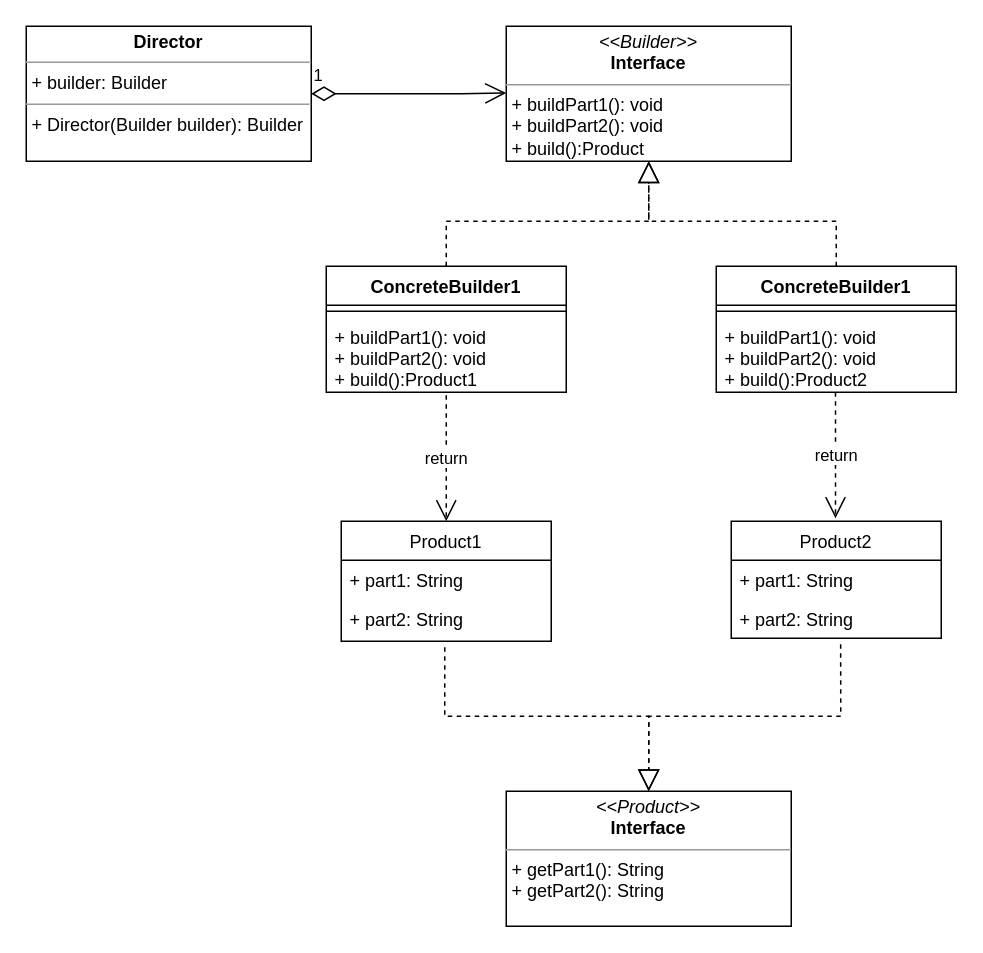
nocoders/hello-design-pattern keeps this draw.io diagram as src/main/resources/UML/04-建造者模式.drawio. Above is the earlier version. Source tidied: cells renumbered, new cells numbered last; positions are measured from the earlier drawing's top-left corner, leaving out a move shared by most shapes. Both pictures are drawn from the tidied source at 150%, with x=0, y=0 at pixel (26, 26).
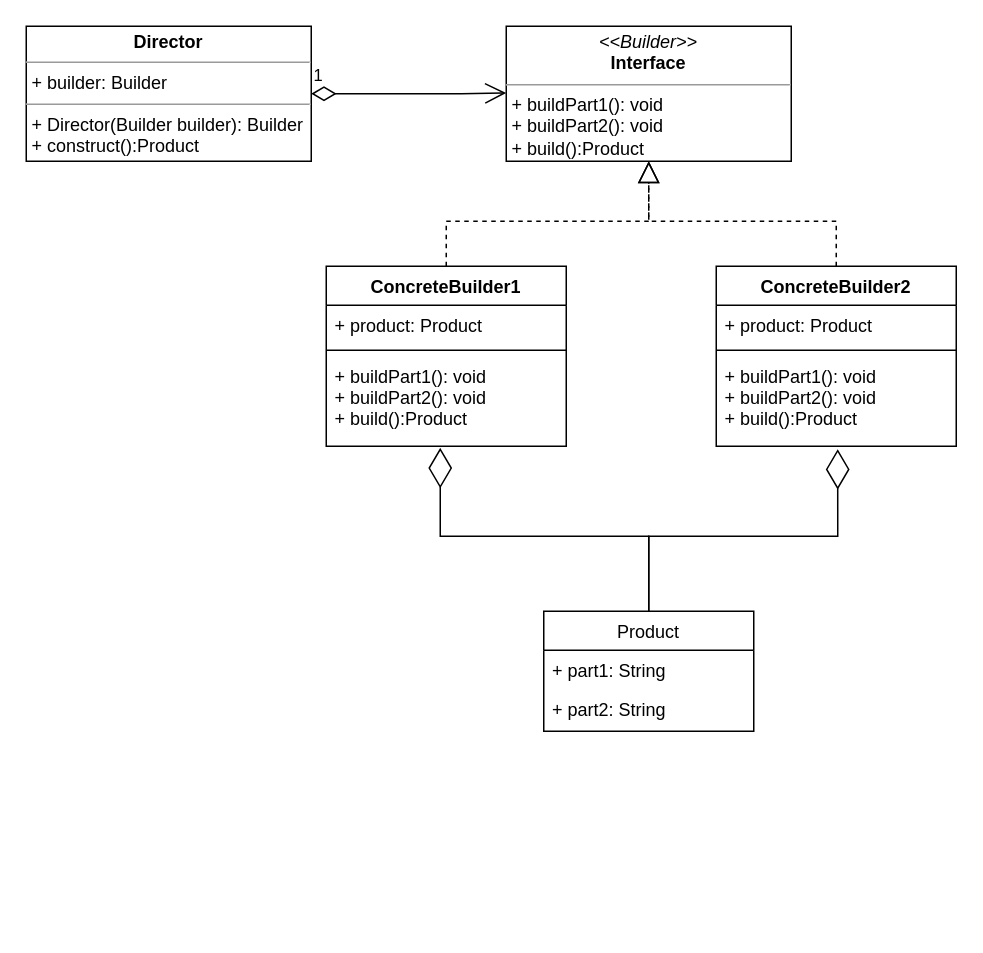
After the change.

The change refers to these unchanged cells:
```xml
<mxCell id="2" value="&lt;p style=&quot;margin: 0px ; margin-top: 4px ; text-align: center&quot;&gt;&lt;i&gt;&amp;lt;&amp;lt;Builder&amp;gt;&amp;gt;&lt;/i&gt;&lt;br&gt;&lt;b&gt;Interface&lt;/b&gt;&lt;/p&gt;&lt;hr size=&quot;1&quot;&gt;&lt;p style=&quot;margin: 0px ; margin-left: 4px&quot;&gt;+ buildPart1(): void&lt;br&gt;+ buildPart2(): void&lt;/p&gt;&lt;p style=&quot;margin: 0px ; margin-left: 4px&quot;&gt;+ build():Product&lt;/p&gt;" style="verticalAlign=top;align=left;overflow=fill;fontSize=12;fontFamily=Helvetica;html=1;" parent="1" vertex="1">
  <mxGeometry x="320" width="190" height="90" as="geometry" />
</mxCell>
<mxCell id="14" value="+ part2: String" style="text;strokeColor=none;fillColor=none;align=left;verticalAlign=top;spacingLeft=4;spacingRight=4;overflow=hidden;points=[[0,0.5],[1,0.5]];portConstraint=eastwest;" parent="12" vertex="1">
  <mxGeometry y="52" width="140" height="28" as="geometry" />
</mxCell>
```

Change to the diagram source:
```diff
@@
-    <mxCell id="3" value="ConcreteBuilder1" style="swimlane;fontStyle=1;align=center;verticalAlign=top;horizontal=1;startSize=26;" parent="1" vertex="1">
-      <mxGeometry x="200" y="160" width="160" height="84" as="geometry" />
-    </mxCell>
-    <mxCell id="4" style="line;strokeWidth=1;fillColor=none;align=left;verticalAlign=middle;spacingTop=-1;spacingLeft=3;spacingRight=3;labelPosition=right;" parent="3" vertex="1">
-      <mxGeometry y="26" width="160" height="8" as="geometry" />
-    </mxCell>
-    <mxCell id="5" value="+ buildPart1(): void&#10;+ buildPart2(): void&#10;+ build():Product1" style="text;strokeColor=none;fillColor=none;align=left;verticalAlign=top;spacingLeft=4;spacingRight=4;overflow=hidden;points=[[0,0.5],[1,0.5]];portConstraint=eastwest;" parent="3" vertex="1">
-      <mxGeometry y="34" width="160" height="50" as="geometry" />
-    </mxCell>
-    <mxCell id="6" style="endArrow=block;dashed=1;endFill=0;endSize=12;html=1;rounded=0;entryX=0.5;entryY=1;entryDx=0;entryDy=0;exitX=0.5;exitY=0;exitDx=0;exitDy=0;" parent="1" edge="1" source="3" target="2">
+    <mxCell id="6" style="endArrow=block;dashed=1;endFill=0;endSize=12;html=1;rounded=0;entryX=0.5;entryY=1;entryDx=0;entryDy=0;exitX=0.5;exitY=0;exitDx=0;exitDy=0;" parent="1" edge="1" source="24" target="2">
       <mxGeometry relative="1" as="geometry">
         <Array as="points">
           <mxPoint x="280" y="130" />
           <mxPoint x="415" y="130" />
         </Array>
       </mxGeometry>
     </mxCell>
-    <mxCell id="7" value="ConcreteBuilder1" style="swimlane;fontStyle=1;align=center;verticalAlign=top;horizontal=1;startSize=26;" parent="1" vertex="1">
-      <mxGeometry x="460" y="160" width="160" height="84" as="geometry" />
-    </mxCell>
-    <mxCell id="8" style="line;strokeWidth=1;fillColor=none;align=left;verticalAlign=middle;spacingTop=-1;spacingLeft=3;spacingRight=3;labelPosition=right;" parent="7" vertex="1">
-      <mxGeometry y="26" width="160" height="8" as="geometry" />
-    </mxCell>
-    <mxCell id="9" value="+ buildPart1(): void&#10;+ buildPart2(): void&#10;+ build():Product2" style="text;strokeColor=none;fillColor=none;align=left;verticalAlign=top;spacingLeft=4;spacingRight=4;overflow=hidden;" parent="7" vertex="1">
-      <mxGeometry y="34" width="160" height="50" as="geometry" />
-    </mxCell>
-    <mxCell id="10" style="endArrow=block;dashed=1;endFill=0;endSize=12;html=1;rounded=0;entryX=0.5;entryY=1;entryDx=0;entryDy=0;exitX=0.5;exitY=0;exitDx=0;exitDy=0;" parent="1" edge="1" source="7" target="2">
+    <mxCell id="10" style="endArrow=block;dashed=1;endFill=0;endSize=12;html=1;rounded=0;entryX=0.5;entryY=1;entryDx=0;entryDy=0;exitX=0.5;exitY=0;exitDx=0;exitDy=0;" parent="1" edge="1" target="2">
       <mxGeometry relative="1" as="geometry">
+        <mxPoint x="540" y="160" as="sourcePoint" />
         <Array as="points">
           <mxPoint x="540" y="130" />
           <mxPoint x="415" y="130" />
         </Array>
       </mxGeometry>
     </mxCell>
-    <mxCell id="11" value="&lt;p style=&quot;margin: 0px ; margin-top: 4px ; text-align: center&quot;&gt;&lt;i&gt;&amp;lt;&amp;lt;Product&amp;gt;&amp;gt;&lt;/i&gt;&lt;br&gt;&lt;b&gt;Interface&lt;/b&gt;&lt;/p&gt;&lt;hr size=&quot;1&quot;&gt;&lt;p style=&quot;margin: 0px ; margin-left: 4px&quot;&gt;+ getPart1(): String&lt;br&gt;+ getPart2(): String&lt;/p&gt;" style="verticalAlign=top;align=left;overflow=fill;fontSize=12;fontFamily=Helvetica;html=1;" parent="1" vertex="1">
-      <mxGeometry x="320" y="510" width="190" height="90" as="geometry" />
-    </mxCell>
-    <mxCell id="12" value="Product1" style="swimlane;fontStyle=0;horizontal=1;startSize=26;fillColor=none;" parent="1" vertex="1">
-      <mxGeometry x="210" y="330" width="140" height="80" as="geometry" />
+    <mxCell id="12" value="Product" style="swimlane;fontStyle=0;horizontal=1;startSize=26;fillColor=none;" parent="1" vertex="1">
+      <mxGeometry x="345" y="390" width="140" height="80" as="geometry" />
     </mxCell>
@@
-    <mxCell id="15" value="Product2" style="swimlane;fontStyle=0;horizontal=1;startSize=26;fillColor=none;" parent="1" vertex="1">
-      <mxGeometry x="470" y="330" width="140" height="78" as="geometry" />
-    </mxCell>
-    <mxCell id="16" value="+ part1: String" style="text;strokeColor=none;fillColor=none;align=left;verticalAlign=top;spacingLeft=4;spacingRight=4;overflow=hidden;" parent="15" vertex="1">
-      <mxGeometry y="26" width="140" height="26" as="geometry" />
-    </mxCell>
-    <mxCell id="17" value="+ part2: String" style="text;strokeColor=none;fillColor=none;align=left;verticalAlign=top;spacingLeft=4;spacingRight=4;overflow=hidden;points=[[0,0.5],[1,0.5]];portConstraint=eastwest;" parent="15" vertex="1">
-      <mxGeometry y="52" width="140" height="26" as="geometry" />
-    </mxCell>
-    <mxCell id="18" style="endArrow=block;dashed=1;endFill=0;endSize=12;html=1;rounded=0;entryX=0.5;entryY=0;entryDx=0;entryDy=0;exitX=0.493;exitY=1.143;exitDx=0;exitDy=0;exitPerimeter=0;" parent="1" edge="1" source="14" target="11">
-      <mxGeometry relative="1" as="geometry">
-        <Array as="points">
-          <mxPoint x="279" y="460" />
-          <mxPoint x="415" y="460" />
-        </Array>
-      </mxGeometry>
-    </mxCell>
-    <mxCell id="19" style="endArrow=block;dashed=1;endFill=0;endSize=12;html=1;rounded=0;entryX=0.5;entryY=0;entryDx=0;entryDy=0;exitX=0.521;exitY=1.154;exitDx=0;exitDy=0;exitPerimeter=0;" parent="1" edge="1" source="17" target="11">
-      <mxGeometry relative="1" as="geometry">
-        <Array as="points">
-          <mxPoint x="543" y="460" />
-          <mxPoint x="415" y="460" />
-        </Array>
-      </mxGeometry>
-    </mxCell>
-    <mxCell id="20" value="return" style="endArrow=open;endSize=12;dashed=1;html=1;rounded=0;entryX=0.5;entryY=0;entryDx=0;entryDy=0;exitX=0.5;exitY=1.04;exitDx=0;exitDy=0;exitPerimeter=0;" parent="1" edge="1" source="5" target="12">
-      <mxGeometry relative="1" as="geometry" />
-    </mxCell>
-    <mxCell id="21" value="return" style="endArrow=open;endSize=12;dashed=1;html=1;rounded=0;entryX=0.5;entryY=0;entryDx=0;entryDy=0;exitX=0.5;exitY=1.04;exitDx=0;exitDy=0;exitPerimeter=0;" parent="1" edge="1">
-      <mxGeometry relative="1" as="geometry">
-        <mxPoint x="539.5" y="244" as="sourcePoint" />
-        <mxPoint x="539.5" y="328" as="targetPoint" />
-      </mxGeometry>
-    </mxCell>
-    <mxCell id="22" value="&lt;p style=&quot;margin: 0px ; margin-top: 4px ; text-align: center&quot;&gt;&lt;b&gt;Director&lt;/b&gt;&lt;/p&gt;&lt;hr size=&quot;1&quot;&gt;&lt;p style=&quot;margin: 0px ; margin-left: 4px&quot;&gt;+ builder: Builder&lt;/p&gt;&lt;hr size=&quot;1&quot;&gt;&lt;p style=&quot;margin: 0px ; margin-left: 4px&quot;&gt;+ Director(Builder builder): Builder&lt;/p&gt;" style="verticalAlign=top;align=left;overflow=fill;fontSize=12;fontFamily=Helvetica;html=1;" parent="1" vertex="1">
+    <mxCell id="22" value="&lt;p style=&quot;margin: 0px ; margin-top: 4px ; text-align: center&quot;&gt;&lt;b&gt;Director&lt;/b&gt;&lt;/p&gt;&lt;hr size=&quot;1&quot;&gt;&lt;p style=&quot;margin: 0px ; margin-left: 4px&quot;&gt;+ builder: Builder&lt;/p&gt;&lt;hr size=&quot;1&quot;&gt;&lt;p style=&quot;margin: 0px ; margin-left: 4px&quot;&gt;+ Director(Builder builder): Builder&lt;/p&gt;&lt;p style=&quot;margin: 0px ; margin-left: 4px&quot;&gt;+ construct():Product&lt;/p&gt;" style="verticalAlign=top;align=left;overflow=fill;fontSize=12;fontFamily=Helvetica;html=1;" parent="1" vertex="1">
       <mxGeometry width="190" height="90" as="geometry" />
     </mxCell>
@@
+    <mxCell id="24" value="ConcreteBuilder1" style="swimlane;fontStyle=1;align=center;verticalAlign=top;horizontal=1;startSize=26;" parent="1" vertex="1">
+      <mxGeometry x="200" y="160" width="160" height="120" as="geometry" />
+    </mxCell>
+    <mxCell id="25" value="+ product: Product" style="text;strokeColor=none;fillColor=none;align=left;verticalAlign=top;spacingLeft=4;spacingRight=4;overflow=hidden;" parent="24" vertex="1">
+      <mxGeometry y="26" width="160" height="26" as="geometry" />
+    </mxCell>
+    <mxCell id="26" style="line;strokeWidth=1;fillColor=none;align=left;verticalAlign=middle;spacingTop=-1;spacingLeft=3;spacingRight=3;labelPosition=right;" parent="24" vertex="1">
+      <mxGeometry y="52" width="160" height="8" as="geometry" />
+    </mxCell>
+    <mxCell id="27" value="+ buildPart1(): void&#10;+ buildPart2(): void&#10;+ build():Product" style="text;strokeColor=none;fillColor=none;align=left;verticalAlign=top;spacingLeft=4;spacingRight=4;overflow=hidden;points=[[0,0.5],[1,0.5]];portConstraint=eastwest;" parent="24" vertex="1">
+      <mxGeometry y="60" width="160" height="60" as="geometry" />
+    </mxCell>
+    <mxCell id="28" value="ConcreteBuilder2" style="swimlane;fontStyle=1;align=center;verticalAlign=top;horizontal=1;startSize=26;" parent="1" vertex="1">
+      <mxGeometry x="460" y="160" width="160" height="120" as="geometry" />
+    </mxCell>
+    <mxCell id="29" value="+ product: Product" style="text;strokeColor=none;fillColor=none;align=left;verticalAlign=top;spacingLeft=4;spacingRight=4;overflow=hidden;" parent="28" vertex="1">
+      <mxGeometry y="26" width="160" height="26" as="geometry" />
+    </mxCell>
+    <mxCell id="30" style="line;strokeWidth=1;fillColor=none;align=left;verticalAlign=middle;spacingTop=-1;spacingLeft=3;spacingRight=3;labelPosition=right;" parent="28" vertex="1">
+      <mxGeometry y="52" width="160" height="8" as="geometry" />
+    </mxCell>
+    <mxCell id="31" value="+ buildPart1(): void&#10;+ buildPart2(): void&#10;+ build():Product" style="text;strokeColor=none;fillColor=none;align=left;verticalAlign=top;spacingLeft=4;spacingRight=4;overflow=hidden;points=[[0,0.5],[1,0.5]];portConstraint=eastwest;" parent="28" vertex="1">
+      <mxGeometry y="60" width="160" height="60" as="geometry" />
+    </mxCell>
+    <mxCell id="32" style="endArrow=diamondThin;endFill=0;endSize=24;html=1;rounded=0;exitX=0.5;exitY=0;exitDx=0;exitDy=0;entryX=0.475;entryY=1.017;entryDx=0;entryDy=0;entryPerimeter=0;" parent="1" edge="1" source="12" target="27">
+      <mxGeometry relative="1" as="geometry">
+        <Array as="points">
+          <mxPoint x="415" y="340" />
+          <mxPoint x="276" y="340" />
+          <mxPoint x="276" y="310" />
+        </Array>
+      </mxGeometry>
+    </mxCell>
+    <mxCell id="33" style="endArrow=diamondThin;endFill=0;endSize=24;html=1;rounded=0;exitX=0.5;exitY=0;exitDx=0;exitDy=0;entryX=0.506;entryY=1.033;entryDx=0;entryDy=0;entryPerimeter=0;" parent="1" edge="1" source="12" target="31">
+      <mxGeometry relative="1" as="geometry">
+        <Array as="points">
+          <mxPoint x="415" y="340" />
+          <mxPoint x="541" y="340" />
+        </Array>
+      </mxGeometry>
+    </mxCell>
```
